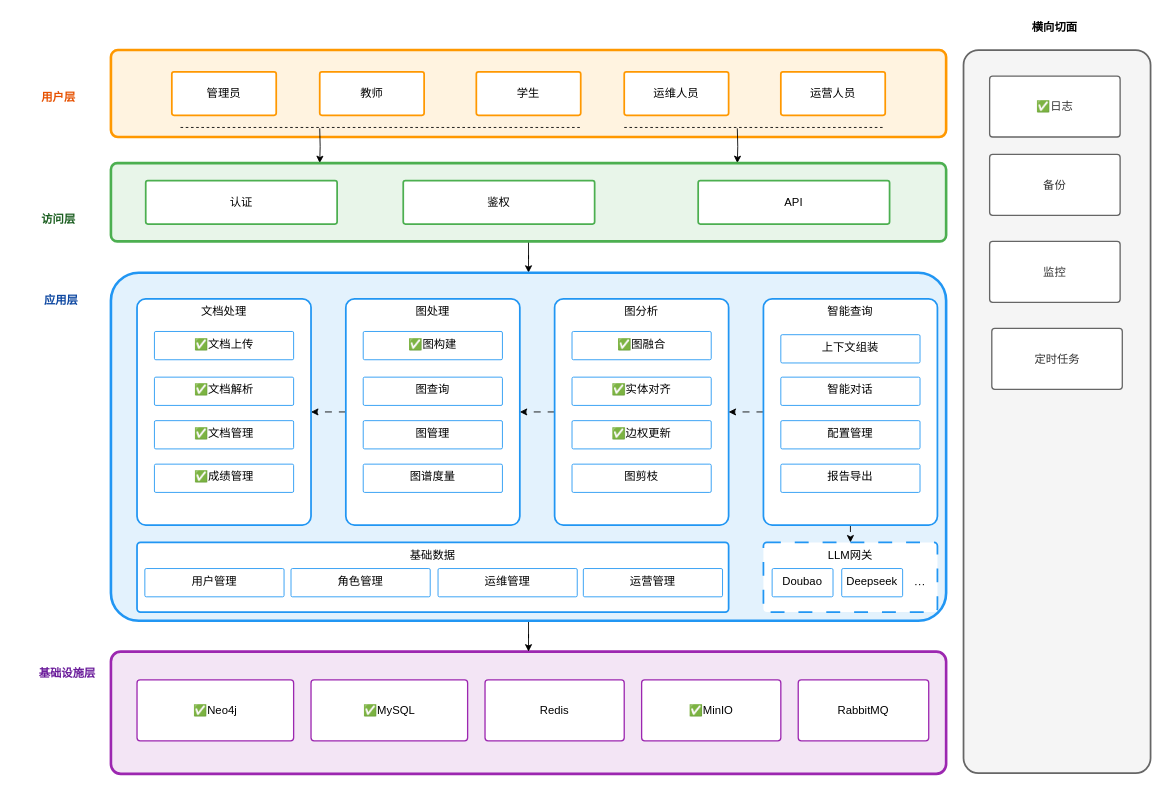
Eliauk-L/GraphNexus keeps this draw.io diagram as docs/design-view/dev-view/diagrams/structure/layered-architecture.drawio. Above is the earlier version. Source tidied: cells renumbered, new cells numbered last; positions are measured from the earlier drawing's top-left corner, leaving out a move shared by most shapes. Both pictures are drawn from the tidied source at 87%, with x=0, y=0 at pixel (15, 15).
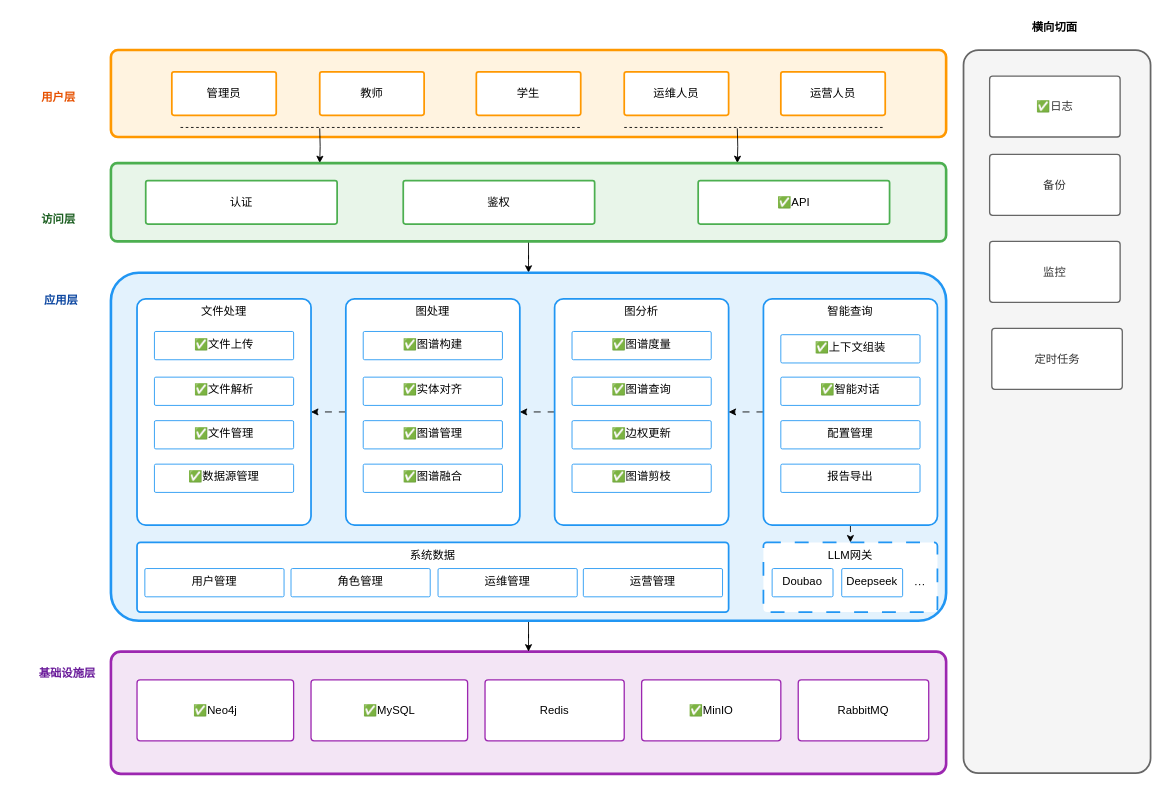
After the change.

Diff of the diagram source:
```diff
@@
-    <mxCell id="26" value="基础数据" style="rounded=1;whiteSpace=wrap;fillColor=#ffffff;strokeColor=#2196F3;strokeWidth=2;fontSize=13;arcSize=5;align=center;verticalAlign=top;" parent="1" vertex="1">
+    <mxCell id="26" value="系统数据" style="rounded=1;whiteSpace=wrap;fillColor=#ffffff;strokeColor=#2196F3;strokeWidth=2;fontSize=13;arcSize=5;align=center;verticalAlign=top;" parent="1" vertex="1">
       <mxGeometry x="140" y="606" width="680" height="80" as="geometry" />
     </mxCell>
-    <mxCell id="27" value="文档处理" style="rounded=1;whiteSpace=wrap;fillColor=#ffffff;strokeColor=#2196F3;strokeWidth=2;fontSize=13;arcSize=5;align=center;verticalAlign=top;" parent="1" vertex="1">
+    <mxCell id="27" value="文件处理" style="rounded=1;whiteSpace=wrap;fillColor=#ffffff;strokeColor=#2196F3;strokeWidth=2;fontSize=13;arcSize=5;align=center;verticalAlign=top;" parent="1" vertex="1">
       <mxGeometry x="140" y="326" width="200" height="260" as="geometry" />
     </mxCell>
@@
-    <mxCell id="42" value="✅文档上传" style="rounded=1;whiteSpace=wrap;fillColor=#ffffff;strokeColor=#2196F3;strokeWidth=1;fontSize=13;arcSize=5;align=center;verticalAlign=top;" parent="1" vertex="1">
+    <mxCell id="42" value="✅文件上传" style="rounded=1;whiteSpace=wrap;fillColor=#ffffff;strokeColor=#2196F3;strokeWidth=1;fontSize=13;arcSize=5;align=center;verticalAlign=top;" parent="1" vertex="1">
       <mxGeometry x="160" y="363.5" width="160" height="32.5" as="geometry" />
     </mxCell>
-    <mxCell id="43" value="✅文档解析" style="rounded=1;whiteSpace=wrap;fillColor=#ffffff;strokeColor=#2196F3;strokeWidth=1;fontSize=13;arcSize=5;align=center;verticalAlign=top;" parent="1" vertex="1">
+    <mxCell id="43" value="✅文件解析" style="rounded=1;whiteSpace=wrap;fillColor=#ffffff;strokeColor=#2196F3;strokeWidth=1;fontSize=13;arcSize=5;align=center;verticalAlign=top;" parent="1" vertex="1">
       <mxGeometry x="160" y="416" width="160" height="32.5" as="geometry" />
     </mxCell>
-    <mxCell id="44" value="✅文档管理" style="rounded=1;whiteSpace=wrap;fillColor=#ffffff;strokeColor=#2196F3;strokeWidth=1;fontSize=13;arcSize=5;align=center;verticalAlign=top;" parent="1" vertex="1">
+    <mxCell id="44" value="✅文件管理" style="rounded=1;whiteSpace=wrap;fillColor=#ffffff;strokeColor=#2196F3;strokeWidth=1;fontSize=13;arcSize=5;align=center;verticalAlign=top;" parent="1" vertex="1">
       <mxGeometry x="160" y="466" width="160" height="32.5" as="geometry" />
     </mxCell>
-    <mxCell id="45" value="✅图构建" style="rounded=1;whiteSpace=wrap;fillColor=#ffffff;strokeColor=#2196F3;strokeWidth=1;fontSize=13;arcSize=5;align=center;verticalAlign=top;" parent="1" vertex="1">
+    <mxCell id="45" value="✅图谱构建" style="rounded=1;whiteSpace=wrap;fillColor=#ffffff;strokeColor=#2196F3;strokeWidth=1;fontSize=13;arcSize=5;align=center;verticalAlign=top;" parent="1" vertex="1">
       <mxGeometry x="400" y="363.5" width="160" height="32.5" as="geometry" />
     </mxCell>
-    <mxCell id="46" value="图查询" style="rounded=1;whiteSpace=wrap;fillColor=#ffffff;strokeColor=#2196F3;strokeWidth=1;fontSize=13;arcSize=5;align=center;verticalAlign=top;" parent="1" vertex="1">
+    <mxCell id="46" value="✅实体对齐" style="rounded=1;whiteSpace=wrap;fillColor=#ffffff;strokeColor=#2196F3;strokeWidth=1;fontSize=13;arcSize=5;align=center;verticalAlign=top;" parent="1" vertex="1">
       <mxGeometry x="400" y="416" width="160" height="32.5" as="geometry" />
     </mxCell>
-    <mxCell id="47" value="✅图融合" style="rounded=1;whiteSpace=wrap;fillColor=#ffffff;strokeColor=#2196F3;strokeWidth=1;fontSize=13;arcSize=5;align=center;verticalAlign=top;" parent="1" vertex="1">
+    <mxCell id="47" value="✅图谱度量" style="rounded=1;whiteSpace=wrap;fillColor=#ffffff;strokeColor=#2196F3;strokeWidth=1;fontSize=13;arcSize=5;align=center;verticalAlign=top;" parent="1" vertex="1">
       <mxGeometry x="640" y="363.5" width="160" height="32.5" as="geometry" />
     </mxCell>
-    <mxCell id="48" value="图管理" style="rounded=1;whiteSpace=wrap;fillColor=#ffffff;strokeColor=#2196F3;strokeWidth=1;fontSize=13;arcSize=5;align=center;verticalAlign=top;" parent="1" vertex="1">
+    <mxCell id="48" value="✅图谱管理" style="rounded=1;whiteSpace=wrap;fillColor=#ffffff;strokeColor=#2196F3;strokeWidth=1;fontSize=13;arcSize=5;align=center;verticalAlign=top;" parent="1" vertex="1">
       <mxGeometry x="400" y="466" width="160" height="32.5" as="geometry" />
     </mxCell>
-    <mxCell id="49" value="✅实体对齐" style="rounded=1;whiteSpace=wrap;fillColor=#ffffff;strokeColor=#2196F3;strokeWidth=1;fontSize=13;arcSize=5;align=center;verticalAlign=top;" parent="1" vertex="1">
+    <mxCell id="49" value="✅图谱查询" style="rounded=1;whiteSpace=wrap;fillColor=#ffffff;strokeColor=#2196F3;strokeWidth=1;fontSize=13;arcSize=5;align=center;verticalAlign=top;" parent="1" vertex="1">
       <mxGeometry x="640" y="416" width="160" height="32.5" as="geometry" />
     </mxCell>
-    <mxCell id="50" value="图谱度量" style="rounded=1;whiteSpace=wrap;fillColor=#ffffff;strokeColor=#2196F3;strokeWidth=1;fontSize=13;arcSize=5;align=center;verticalAlign=top;" parent="1" vertex="1">
+    <mxCell id="50" value="✅图谱融合" style="rounded=1;whiteSpace=wrap;fillColor=#ffffff;strokeColor=#2196F3;strokeWidth=1;fontSize=13;arcSize=5;align=center;verticalAlign=top;" parent="1" vertex="1">
       <mxGeometry x="400" y="516" width="160" height="32.5" as="geometry" />
     </mxCell>
-    <mxCell id="51" value="上下文组装" style="rounded=1;whiteSpace=wrap;fillColor=#ffffff;strokeColor=#2196F3;strokeWidth=1;fontSize=13;arcSize=5;align=center;verticalAlign=top;" parent="1" vertex="1">
+    <mxCell id="51" value="✅上下文组装" style="rounded=1;whiteSpace=wrap;fillColor=#ffffff;strokeColor=#2196F3;strokeWidth=1;fontSize=13;arcSize=5;align=center;verticalAlign=top;" parent="1" vertex="1">
       <mxGeometry x="880" y="367.2" width="160" height="32.5" as="geometry" />
     </mxCell>
-    <mxCell id="52" value="智能对话" style="rounded=1;whiteSpace=wrap;fillColor=#ffffff;strokeColor=#2196F3;strokeWidth=1;fontSize=13;arcSize=5;align=center;verticalAlign=top;" parent="1" vertex="1">
+    <mxCell id="52" value="✅智能对话" style="rounded=1;whiteSpace=wrap;fillColor=#ffffff;strokeColor=#2196F3;strokeWidth=1;fontSize=13;arcSize=5;align=center;verticalAlign=top;" parent="1" vertex="1">
       <mxGeometry x="880" y="416" width="160" height="32.5" as="geometry" />
     </mxCell>
@@
-    <mxCell id="54" value="✅成绩管理" style="rounded=1;whiteSpace=wrap;fillColor=#ffffff;strokeColor=#2196F3;strokeWidth=1;fontSize=13;arcSize=5;align=center;verticalAlign=top;" parent="1" vertex="1">
+    <mxCell id="54" value="✅数据源管理" style="rounded=1;whiteSpace=wrap;fillColor=#ffffff;strokeColor=#2196F3;strokeWidth=1;fontSize=13;arcSize=5;align=center;verticalAlign=top;" parent="1" vertex="1">
       <mxGeometry x="160" y="516" width="160" height="32.5" as="geometry" />
     </mxCell>
@@
-    <mxCell id="62" value="图剪枝" style="rounded=1;whiteSpace=wrap;fillColor=#ffffff;strokeColor=#2196F3;strokeWidth=1;fontSize=13;arcSize=5;align=center;verticalAlign=top;" parent="1" vertex="1">
+    <mxCell id="62" value="✅图谱剪枝" style="rounded=1;whiteSpace=wrap;fillColor=#ffffff;strokeColor=#2196F3;strokeWidth=1;fontSize=13;arcSize=5;align=center;verticalAlign=top;" parent="1" vertex="1">
       <mxGeometry x="640" y="516" width="160" height="32.5" as="geometry" />
     </mxCell>
@@
-    <mxCell id="67" value="API" style="rounded=1;whiteSpace=wrap;fillColor=#ffffff;strokeColor=#4CAF50;strokeWidth=2;fontSize=13;arcSize=5;align=center;" parent="1" vertex="1">
+    <mxCell id="67" value="✅API" style="rounded=1;whiteSpace=wrap;fillColor=#ffffff;strokeColor=#4CAF50;strokeWidth=2;fontSize=13;arcSize=5;align=center;" parent="1" vertex="1">
       <mxGeometry x="785" y="190" width="220" height="50" as="geometry" />
     </mxCell>
```
